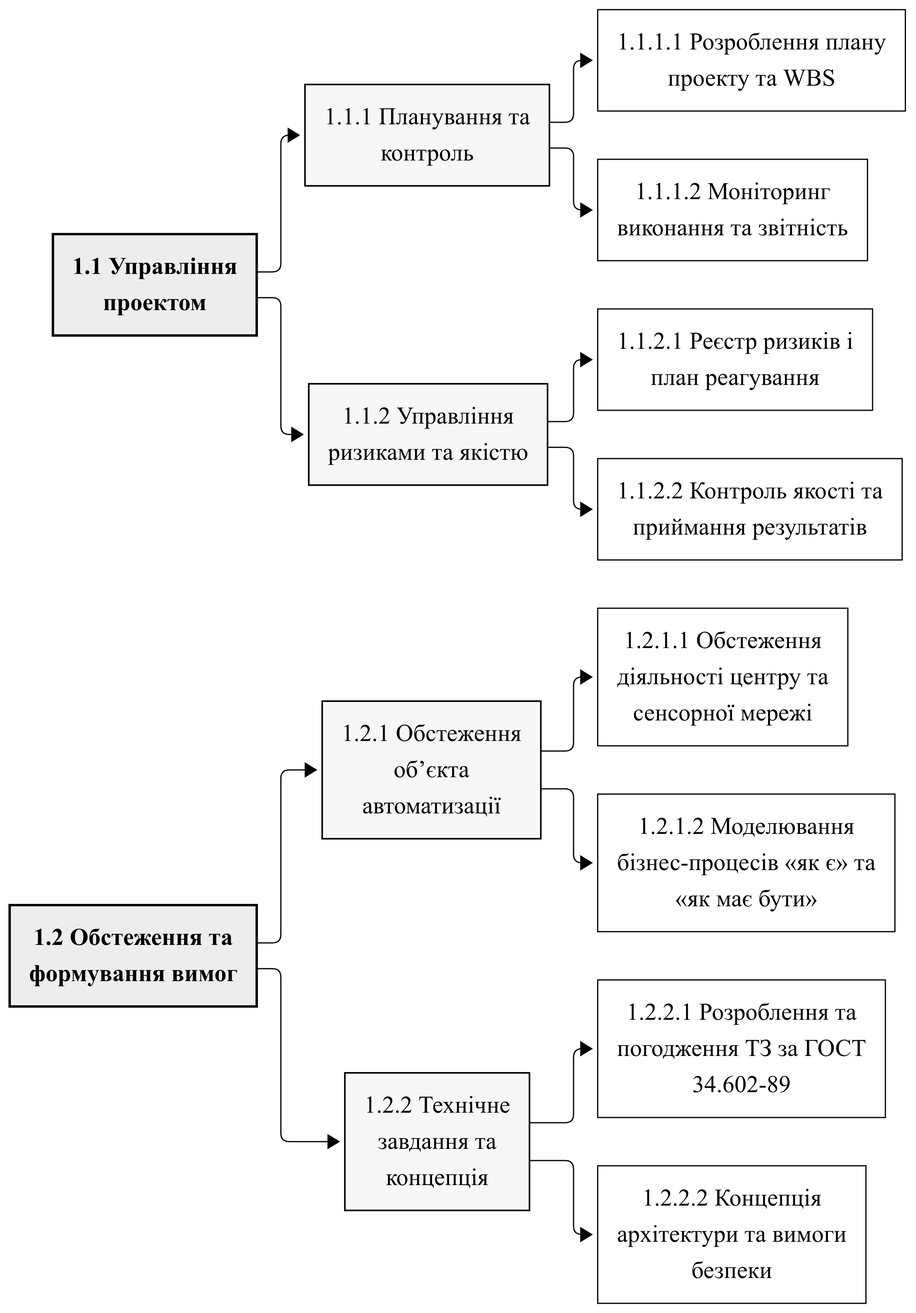
KravAvfv/-_2026 keeps this Mermaid diagram as lab1/diagrams/10_wbs_1_1_1_2.png. Above is the earlier version. Its source is kept beside it as lab1/diagrams/10_wbs_1_1_1_2.mmd. Its diagram source:
```mermaid
flowchart LR
  classDef l0 fill:#D9D9D9,stroke:#000,stroke-width:2.5px,font-weight:bold;
  classDef l1 fill:#EDEDED,stroke:#000,stroke-width:2px,font-weight:bold;
  classDef l2 fill:#F7F7F7,stroke:#000,stroke-width:1.3px;
  classDef l3 fill:#FFFFFF,stroke:#000,stroke-width:1px;
  classDef alt fill:#FFFFFF,stroke:#000,stroke-width:1px,stroke-dasharray:6 4;

  N1_1["1.1 Управління<br/>проектом"]:::l1
  N1_1_1["1.1.1 Планування та<br/>контроль"]:::l2
  N1_1 --> N1_1_1
  N1_1_1_1["1.1.1.1 Розроблення плану<br/>проекту та WBS"]:::l3
  N1_1_1 --> N1_1_1_1
  N1_1_1_2["1.1.1.2 Моніторинг<br/>виконання та звітність"]:::l3
  N1_1_1 --> N1_1_1_2
  N1_1_2["1.1.2 Управління<br/>ризиками та якістю"]:::l2
  N1_1 --> N1_1_2
  N1_1_2_1["1.1.2.1 Реєстр ризиків і<br/>план реагування"]:::l3
  N1_1_2 --> N1_1_2_1
  N1_1_2_2["1.1.2.2 Контроль якості та<br/>приймання результатів"]:::l3
  N1_1_2 --> N1_1_2_2
  N1_2["1.2 Обстеження та<br/>формування вимог"]:::l1
  N1_2_1["1.2.1 Обстеження<br/>об’єкта<br/>автоматизації"]:::l2
  N1_2 --> N1_2_1
  N1_2_1_1["1.2.1.1 Обстеження<br/>діяльності центру та<br/>сенсорної мережі"]:::l3
  N1_2_1 --> N1_2_1_1
  N1_2_1_2["1.2.1.2 Моделювання<br/>бізнес-процесів «як є» та<br/>«як має бути»"]:::l3
  N1_2_1 --> N1_2_1_2
  N1_2_2["1.2.2 Технічне<br/>завдання та<br/>концепція"]:::l2
  N1_2 --> N1_2_2
  N1_2_2_1["1.2.2.1 Розроблення та<br/>погодження ТЗ за ГОСТ<br/>34.602-89"]:::l3
  N1_2_2 --> N1_2_2_1
  N1_2_2_2["1.2.2.2 Концепція<br/>архітектури та вимоги<br/>безпеки"]:::l3
  N1_2_2 --> N1_2_2_2
```
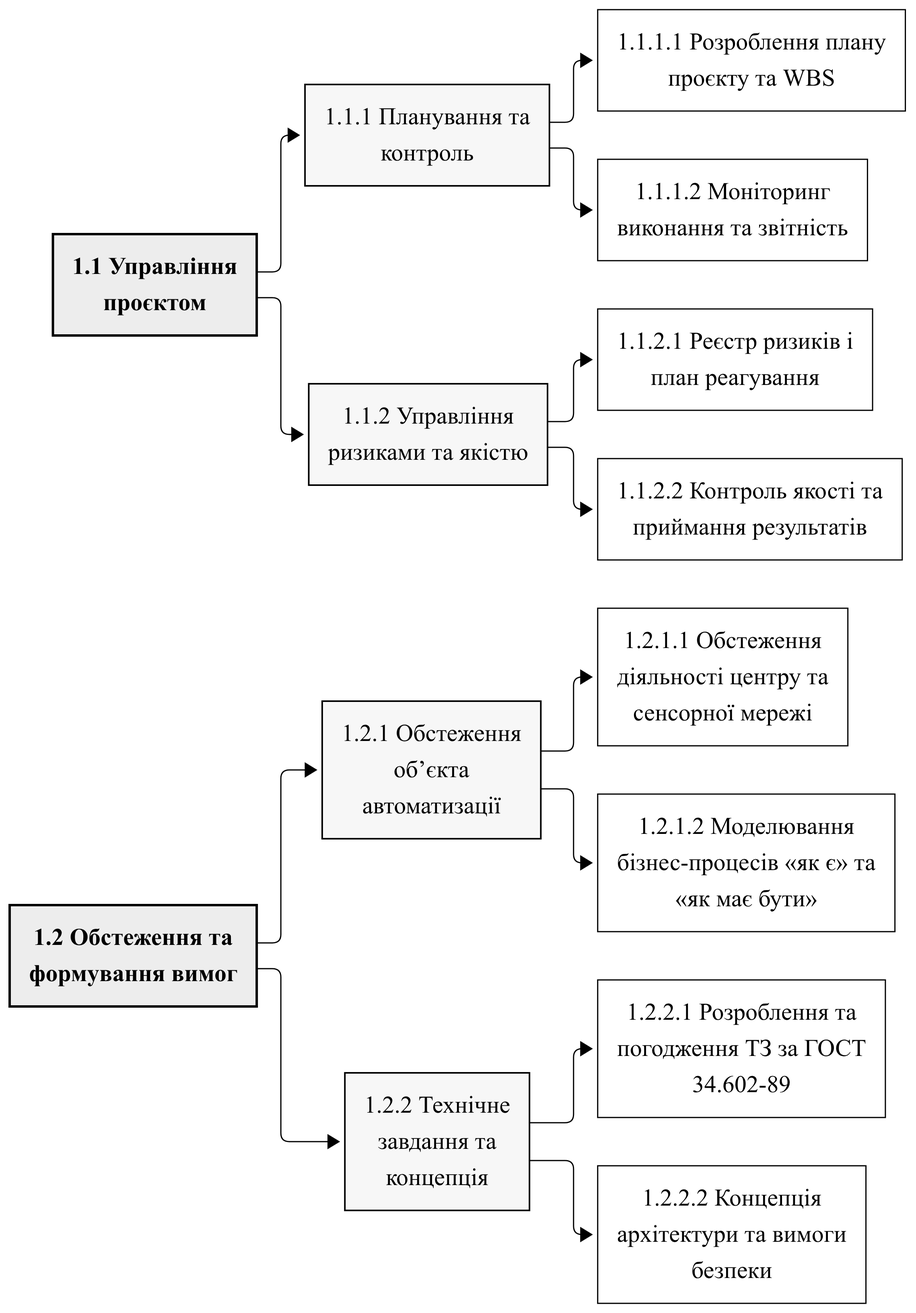
Later version of the same file.

The edit, as a diff of the source:
```diff
@@ -5,10 +5,10 @@
   classDef l3 fill:#FFFFFF,stroke:#000,stroke-width:1px;
   classDef alt fill:#FFFFFF,stroke:#000,stroke-width:1px,stroke-dasharray:6 4;
 
-  N1_1["1.1 Управління<br/>проектом"]:::l1
+  N1_1["1.1 Управління<br/>проєктом"]:::l1
   N1_1_1["1.1.1 Планування та<br/>контроль"]:::l2
   N1_1 --> N1_1_1
-  N1_1_1_1["1.1.1.1 Розроблення плану<br/>проекту та WBS"]:::l3
+  N1_1_1_1["1.1.1.1 Розроблення плану<br/>проєкту та WBS"]:::l3
   N1_1_1 --> N1_1_1_1
   N1_1_1_2["1.1.1.2 Моніторинг<br/>виконання та звітність"]:::l3
   N1_1_1 --> N1_1_1_2
```
